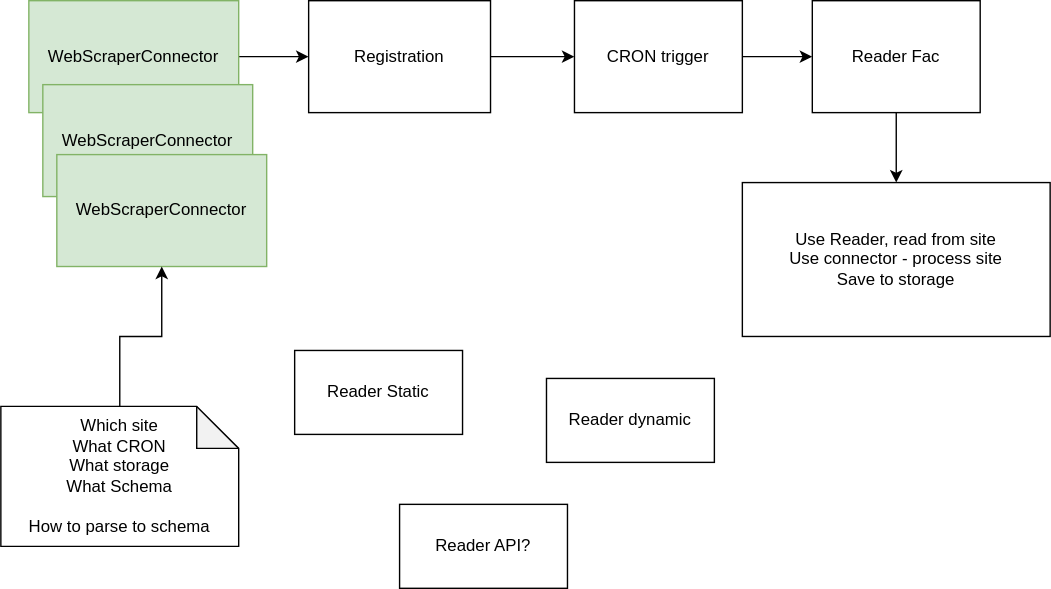
Before: High level architecture.svg, a diagram exported from draw.io (SiecFirma/WebScraper). Source tidied: cells renumbered, new cells last; positions are measured from the earlier drawing's top-left corner, leaving out a move shared by most shapes.
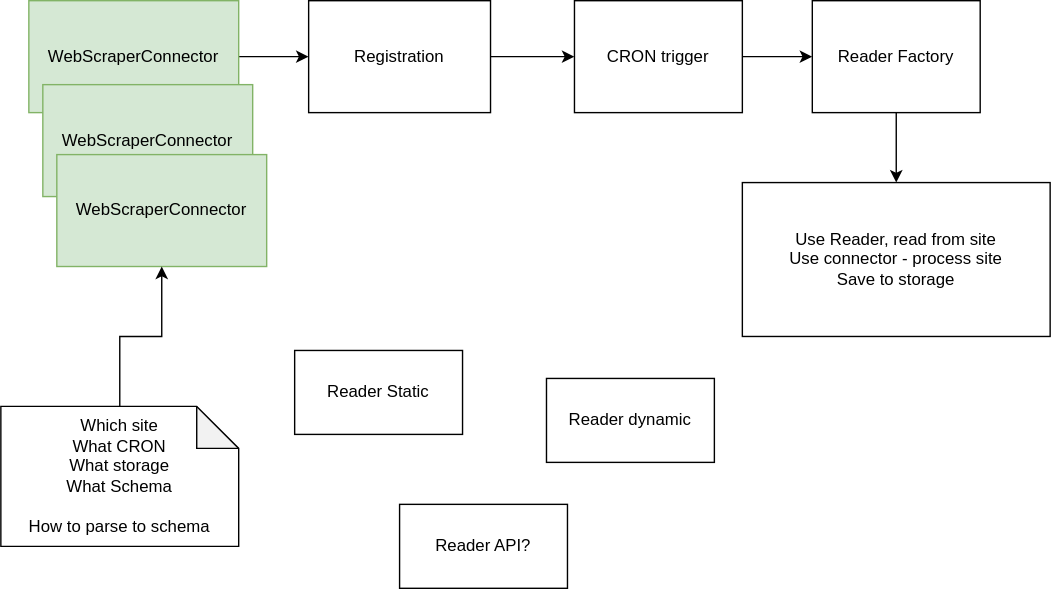
The same diagram one commit later.

Change to the diagram source:
```diff
@@ -44,7 +44,7 @@
     <mxCell id="15" style="edgeStyle=orthogonalEdgeStyle;rounded=0;jettySize=auto;html=1;exitX=0.5;exitY=1;exitDx=0;exitDy=0;entryX=0.5;entryY=0;entryDx=0;entryDy=0;" parent="1" edge="1" source="16" target="17">
       <mxGeometry relative="1" as="geometry" />
     </mxCell>
-    <mxCell id="16" value="Reader Fac" style="rounded=0;whiteSpace=wrap;html=1;" parent="1" vertex="1">
+    <mxCell id="16" value="Reader Factory" style="rounded=0;whiteSpace=wrap;html=1;" parent="1" vertex="1">
       <mxGeometry x="580" width="120" height="80" as="geometry" />
     </mxCell>
     <mxCell id="17" value="Use Reader, read from site&lt;br&gt;Use connector - process site&lt;br&gt;Save to storage" style="rounded=0;whiteSpace=wrap;html=1;" parent="1" vertex="1">
```
